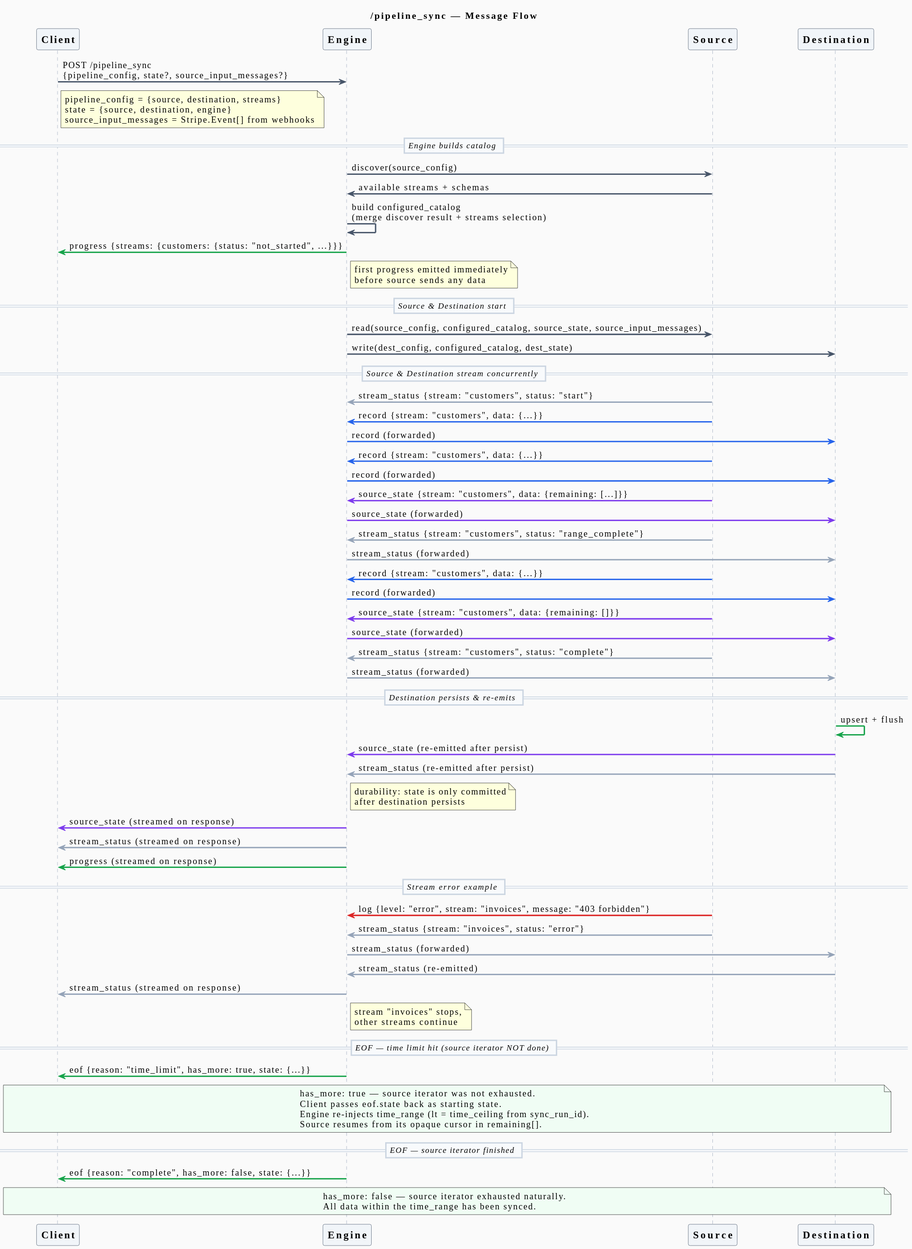
This is docs/engine-refactor/state-flow.svg from supabase/stripe-sync-engine, a PlantUML export, as it was before one commit. Its diagram source:
```plantuml
@startuml
title /pipeline_sync — Message Flow

skinparam defaultFontName "Menlo"
skinparam defaultFontSize 13
skinparam backgroundColor #fafafa

skinparam sequence {
    ArrowThickness 2
    ParticipantPadding 40
    BoxPadding 10
    LifeLineBorderColor #94a3b8
    LifeLineBackgroundColor #fafafa

    ParticipantBackgroundColor #f1f5f9
    ParticipantBorderColor #475569
    ParticipantFontSize 15
    ParticipantFontStyle bold

    DividerBackgroundColor #f8fafc
    DividerBorderColor #cbd5e1
    DividerFontSize 12
    DividerFontStyle italic
}

participant Client as C
participant Engine as E
participant Source as S
participant Destination as D

C -[#475569]> E : POST /pipeline_sync\n{pipeline_config, state?, source_input_messages?}
note right of C #FEFFDD
  pipeline_config = {source, destination, streams}
  state = {source, destination, engine}
  source_input_messages = Stripe.Event[] from webhooks
end note

== Engine builds catalog ==

E -[#475569]> S : discover(source_config)
S -[#475569]> E : available streams + schemas
E -[#475569]> E : build configured_catalog\n(merge discover result + streams selection)

E -[#16a34a]> C : progress {streams: {customers: {status: "not_started", ...}}}
note right of E #FEFFDD : first progress emitted immediately\nbefore source sends any data

== Source & Destination start ==

E -[#475569]> S : read(source_config, configured_catalog, source_state, source_input_messages)
E -[#475569]> D : write(dest_config, configured_catalog, dest_state)

== Source & Destination stream concurrently ==

S -[#94a3b8]> E : stream_status {stream: "customers", status: "start"}

S -[#2563eb]> E : record {stream: "customers", data: {...}}
E -[#2563eb]> D : record (forwarded)

S -[#2563eb]> E : record {stream: "customers", data: {...}}
E -[#2563eb]> D : record (forwarded)

S -[#7c3aed]> E : source_state {stream: "customers", data: {remaining: [...]}}
E -[#7c3aed]> D : source_state (forwarded)

S -[#94a3b8]> E : stream_status {stream: "customers", status: "range_complete"}
E -[#94a3b8]> D : stream_status (forwarded)

S -[#2563eb]> E : record {stream: "customers", data: {...}}
E -[#2563eb]> D : record (forwarded)

S -[#7c3aed]> E : source_state {stream: "customers", data: {remaining: []}}
E -[#7c3aed]> D : source_state (forwarded)

S -[#94a3b8]> E : stream_status {stream: "customers", status: "complete"}
E -[#94a3b8]> D : stream_status (forwarded)

== Destination persists & re-emits ==

D -[#16a34a]> D : upsert + flush
D -[#7c3aed]> E : source_state (re-emitted after persist)
D -[#94a3b8]> E : stream_status (re-emitted after persist)
note right of E #FEFFDD : durability: state is only committed\nafter destination persists

E -[#7c3aed]> C : source_state (streamed on response)
E -[#94a3b8]> C : stream_status (streamed on response)
E -[#16a34a]> C : progress (streamed on response)

== Stream error example ==

S -[#dc2626]> E : log {level: "error", stream: "invoices", message: "403 forbidden"}
S -[#94a3b8]> E : stream_status {stream: "invoices", status: "error"}
E -[#94a3b8]> D : stream_status (forwarded)
D -[#94a3b8]> E : stream_status (re-emitted)
E -[#94a3b8]> C : stream_status (streamed on response)
note right of E #FEFFDD : stream "invoices" stops,\nother streams continue

== EOF — time limit hit (source iterator NOT done) ==

E -[#16a34a]> C : eof {reason: "time_limit", has_more: true, state: {...}}

note over C, D #f0fdf4
  has_more: true — source iterator was not exhausted.
  Client passes eof.state back as starting state.
  Engine re-injects time_range (lt = time_ceiling from sync_run_id).
  Source resumes from its opaque cursor in remaining[].
end note

== EOF — source iterator finished ==

E -[#16a34a]> C : eof {reason: "complete", has_more: false, state: {...}}

note over C, D #f0fdf4
  has_more: false — source iterator exhausted naturally.
  All data within the time_range has been synced.
end note
@enduml
```
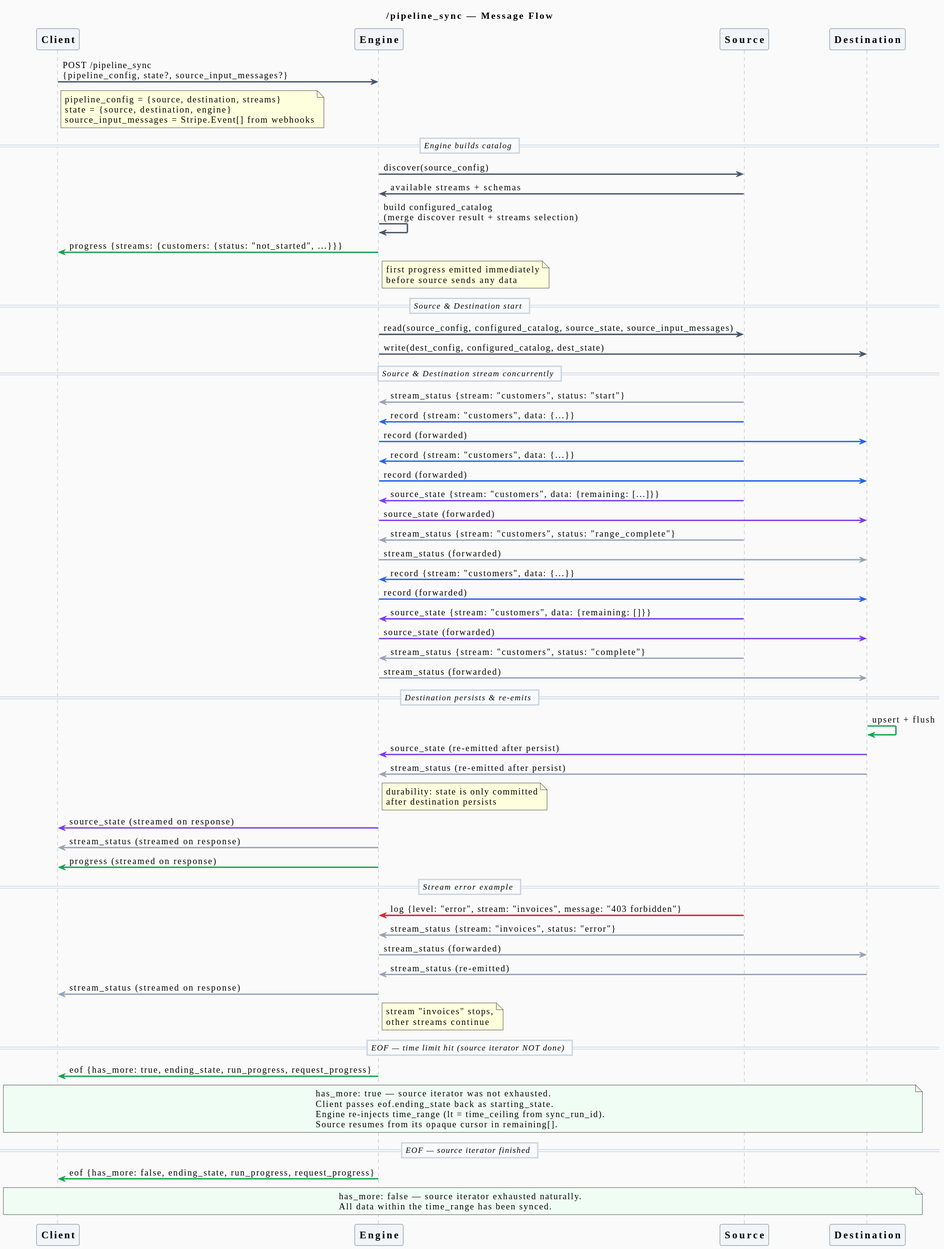
Later version of the same file.

Change to the diagram source:
```diff
@@ -96,18 +96,18 @@
 
 == EOF — time limit hit (source iterator NOT done) ==
 
-E -[#16a34a]> C : eof {reason: "time_limit", has_more: true, state: {...}}
+E -[#16a34a]> C : eof {has_more: true, ending_state, run_progress, request_progress}
 
 note over C, D #f0fdf4
   has_more: true — source iterator was not exhausted.
-  Client passes eof.state back as starting state.
+  Client passes eof.ending_state back as starting_state.
   Engine re-injects time_range (lt = time_ceiling from sync_run_id).
   Source resumes from its opaque cursor in remaining[].
 end note
 
 == EOF — source iterator finished ==
 
-E -[#16a34a]> C : eof {reason: "complete", has_more: false, state: {...}}
+E -[#16a34a]> C : eof {has_more: false, ending_state, run_progress, request_progress}
 
 note over C, D #f0fdf4
   has_more: false — source iterator exhausted naturally.
```
